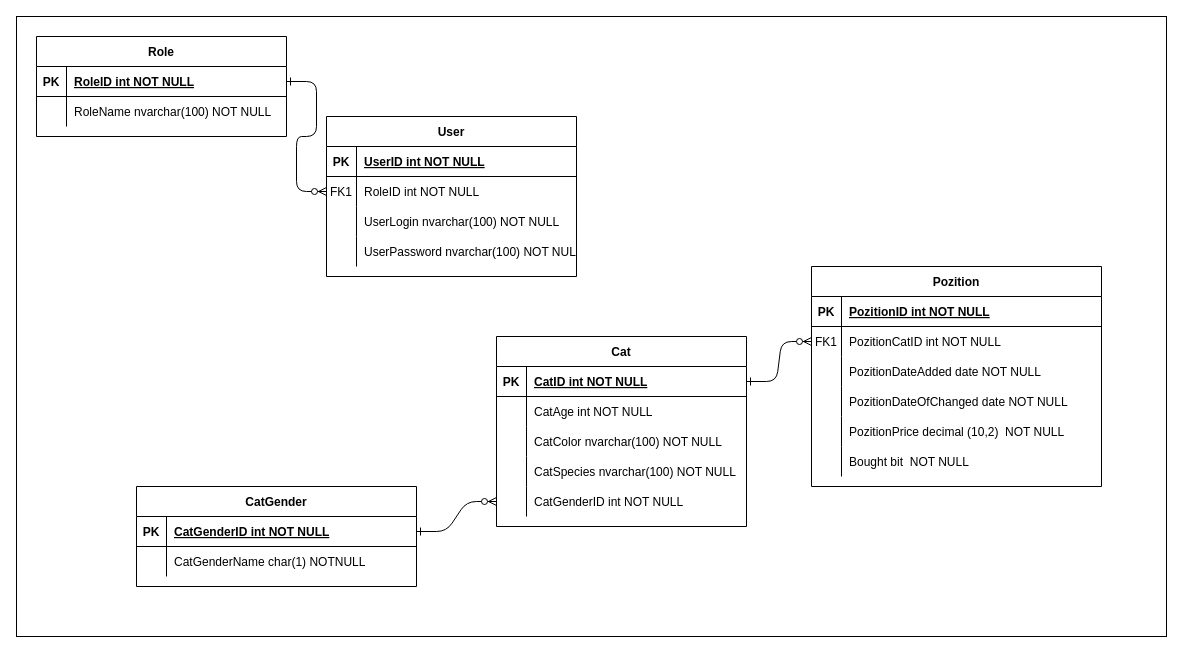
Before: page "Исправления в диаграмме базы данных" (1 of 7) of Магазин котиков.drawio in AntonSidorov1/InterShipOooOmega, a draw.io diagram. Source tidied: cells renumbered, new cells numbered last; positions are measured from the earlier drawing's top-left corner, leaving out a move shared by most shapes. Both pictures are drawn from the tidied source at 100%, with x=0, y=0 at pixel (16, 16).
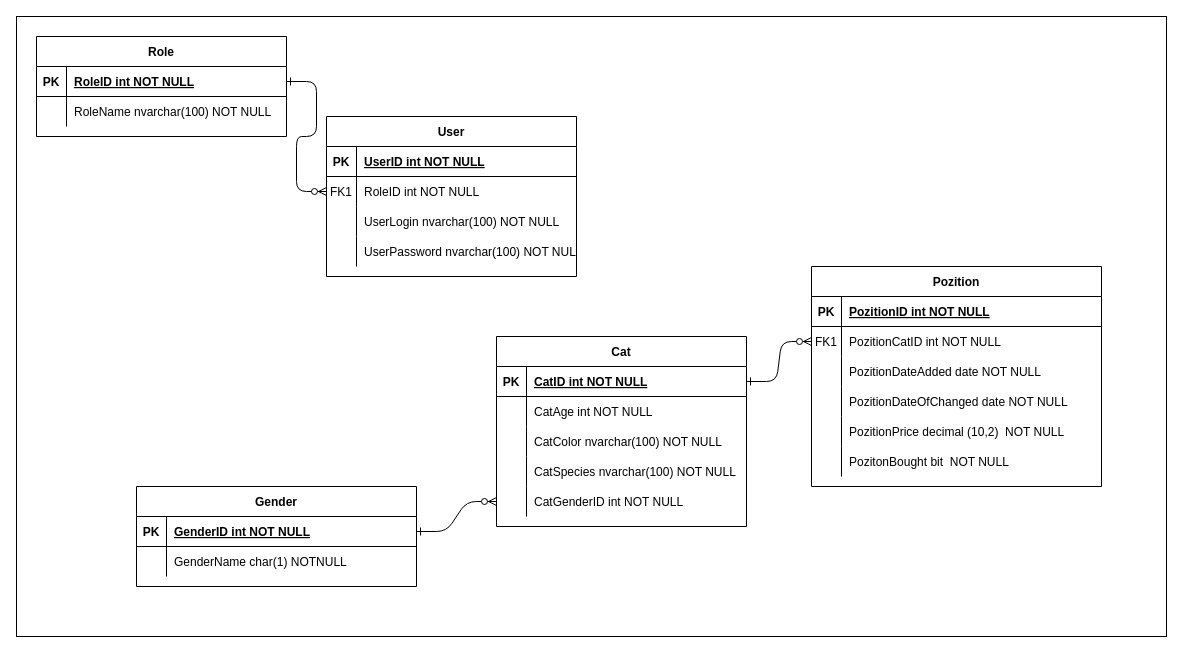
The same diagram, later.

Unchanged cells that the change refers to:
```xml
<mxCell id="33" style="shape=partialRectangle;fillColor=none;top=0;left=0;right=0;bottom=0;" parent="17" vertex="1">
  <mxGeometry y="180" width="290" height="30" as="geometry" />
</mxCell>
<mxCell id="61" style="shape=tableRow;horizontal=0;startSize=0;swimlaneHead=0;swimlaneBody=0;fillColor=none;points=[[0,0.5],[1,0.5]];portConstraint=eastwest;top=0;left=0;right=0;bottom=1;" parent="60" vertex="1">
  <mxGeometry y="30" width="280" height="30" as="geometry" />
</mxCell>
<mxCell id="64" style="shape=tableRow;horizontal=0;startSize=0;swimlaneHead=0;swimlaneBody=0;fillColor=none;top=0;left=0;right=0;bottom=0;" parent="60" vertex="1">
  <mxGeometry y="60" width="280" height="30" as="geometry" />
</mxCell>
```

Change to the diagram source:
```diff
@@
-    <mxCell id="35" value="Bought bit  NOT NULL" style="shape=partialRectangle;overflow=hidden;fillColor=none;top=0;left=0;bottom=0;right=0;align=left;spacingLeft=6;" parent="33" vertex="1">
+    <mxCell id="35" value="PozitonBought bit  NOT NULL" style="shape=partialRectangle;overflow=hidden;fillColor=none;top=0;left=0;bottom=0;right=0;align=left;spacingLeft=6;" parent="33" vertex="1">
       <mxGeometry x="30" width="260" height="30" as="geometry" />
     </mxCell>
@@
-    <mxCell id="60" value="CatGender" style="shape=table;startSize=30;childLayout=tableLayout;rowLines=0;fontStyle=1;align=center;" parent="1" vertex="1">
+    <mxCell id="60" value="Gender" style="shape=table;startSize=30;childLayout=tableLayout;rowLines=0;fontStyle=1;align=center;" parent="1" vertex="1">
       <mxGeometry x="120" y="470" width="280" height="100" as="geometry" />
     </mxCell>
@@
-    <mxCell id="63" value="CatGenderID int NOT NULL" style="shape=partialRectangle;fillColor=none;top=0;left=0;bottom=0;right=0;align=left;spacingLeft=6;fontStyle=5;overflow=hidden;" parent="61" vertex="1">
+    <mxCell id="63" value="GenderID int NOT NULL" style="shape=partialRectangle;fillColor=none;top=0;left=0;bottom=0;right=0;align=left;spacingLeft=6;fontStyle=5;overflow=hidden;" parent="61" vertex="1">
       <mxGeometry x="30" width="250" height="30" as="geometry" />
     </mxCell>
@@
-    <mxCell id="66" value="CatGenderName char(1) NOTNULL" style="shape=partialRectangle;fillColor=none;top=0;left=0;bottom=0;right=0;align=left;spacingLeft=6;overflow=hidden;" parent="64" vertex="1">
+    <mxCell id="66" value="GenderName char(1) NOTNULL" style="shape=partialRectangle;fillColor=none;top=0;left=0;bottom=0;right=0;align=left;spacingLeft=6;overflow=hidden;" parent="64" vertex="1">
       <mxGeometry x="30" width="250" height="30" as="geometry" />
     </mxCell>
```
